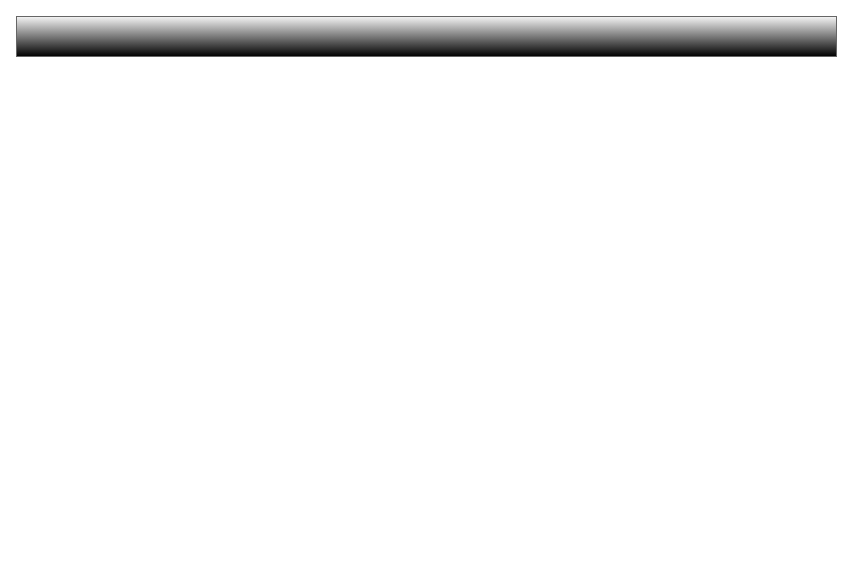
At0micA55/school_stuff keeps this draw.io diagram as Untitled Diagram.drawio. Above is the earlier version. Source tidied: cells renumbered, new cells numbered last; positions are measured from the earlier drawing's top-left corner, leaving out a move shared by most shapes. Both pictures are drawn from the tidied source at 100%, with x=0, y=0 at pixel (16, 16).
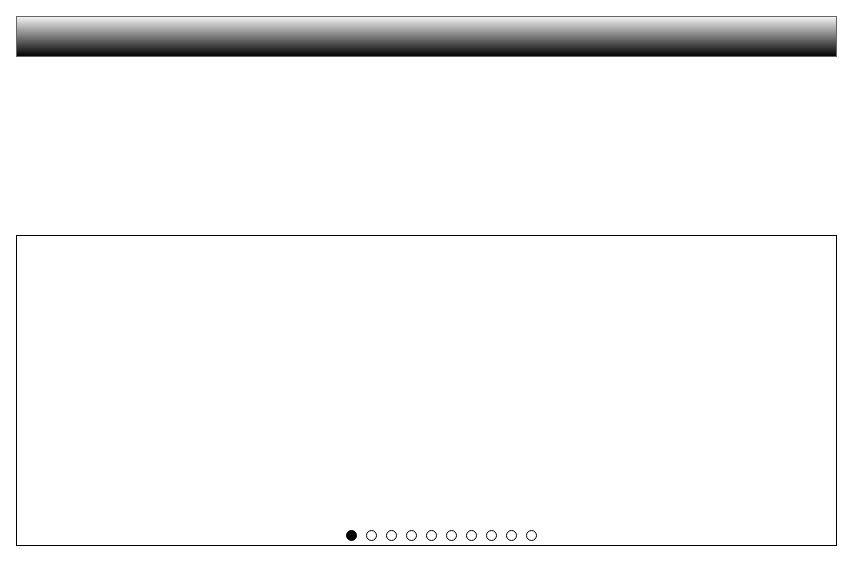
After the change.

The edit, as a diff of the source:
```diff
@@
 <mxGraphModel>
   <root>
     <mxCell id="0" />
     <mxCell id="1" parent="0" />
     <mxCell id="2" style="rounded=0;whiteSpace=wrap;html=1;fillColor=#f5f5f5;strokeColor=#666666;gradientColor=#000000;" parent="1" vertex="1">
       <mxGeometry width="820" height="40" as="geometry" />
     </mxCell>
+    <mxCell id="3" style="rounded=0;whiteSpace=wrap;html=1;" parent="1" vertex="1">
+      <mxGeometry y="219" width="820" height="310" as="geometry" />
+    </mxCell>
+    <mxCell id="4" style="ellipse;whiteSpace=wrap;html=1;fillColor=#000000;" parent="1" vertex="1">
+      <mxGeometry x="330" y="514" width="10" height="10" as="geometry" />
+    </mxCell>
+    <mxCell id="5" style="ellipse;whiteSpace=wrap;html=1;" parent="1" vertex="1">
+      <mxGeometry x="350" y="514" width="10" height="10" as="geometry" />
+    </mxCell>
+    <mxCell id="6" style="ellipse;whiteSpace=wrap;html=1;" parent="1" vertex="1">
+      <mxGeometry x="370" y="514" width="10" height="10" as="geometry" />
+    </mxCell>
+    <mxCell id="7" style="ellipse;whiteSpace=wrap;html=1;" parent="1" vertex="1">
+      <mxGeometry x="390" y="514" width="10" height="10" as="geometry" />
+    </mxCell>
+    <mxCell id="8" style="ellipse;whiteSpace=wrap;html=1;" parent="1" vertex="1">
+      <mxGeometry x="410" y="514" width="10" height="10" as="geometry" />
+    </mxCell>
+    <mxCell id="9" style="ellipse;whiteSpace=wrap;html=1;" parent="1" vertex="1">
+      <mxGeometry x="430" y="514" width="10" height="10" as="geometry" />
+    </mxCell>
+    <mxCell id="10" style="ellipse;whiteSpace=wrap;html=1;" parent="1" vertex="1">
+      <mxGeometry x="450" y="514" width="10" height="10" as="geometry" />
+    </mxCell>
+    <mxCell id="11" style="ellipse;whiteSpace=wrap;html=1;" parent="1" vertex="1">
+      <mxGeometry x="470" y="514" width="10" height="10" as="geometry" />
+    </mxCell>
+    <mxCell id="12" style="ellipse;whiteSpace=wrap;html=1;" parent="1" vertex="1">
+      <mxGeometry x="490" y="514" width="10" height="10" as="geometry" />
+    </mxCell>
+    <mxCell id="13" style="ellipse;whiteSpace=wrap;html=1;" parent="1" vertex="1">
+      <mxGeometry x="510" y="514" width="10" height="10" as="geometry" />
+    </mxCell>
   </root>
 </mxGraphModel>
```
